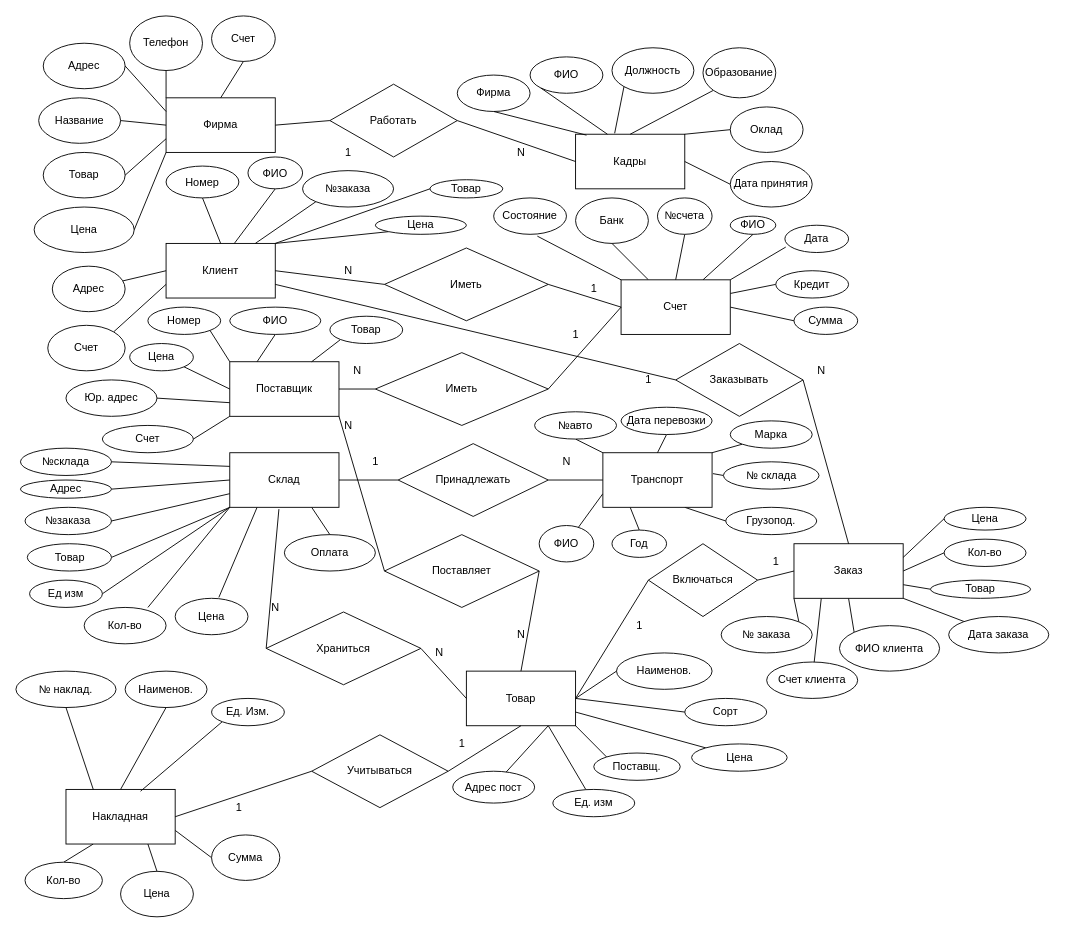
Above: Летняя/ALINA_PARACHNEVICH/Первая базовая диаграмма.drawio in stanislaumich/1- (draw.io), before the change. Source tidied: cells renumbered, new cells numbered last; positions are measured from the earlier drawing's top-left corner, leaving out a move shared by most shapes. Both pictures are drawn from the tidied source at 91%, with x=0, y=0 at pixel (15, 15).
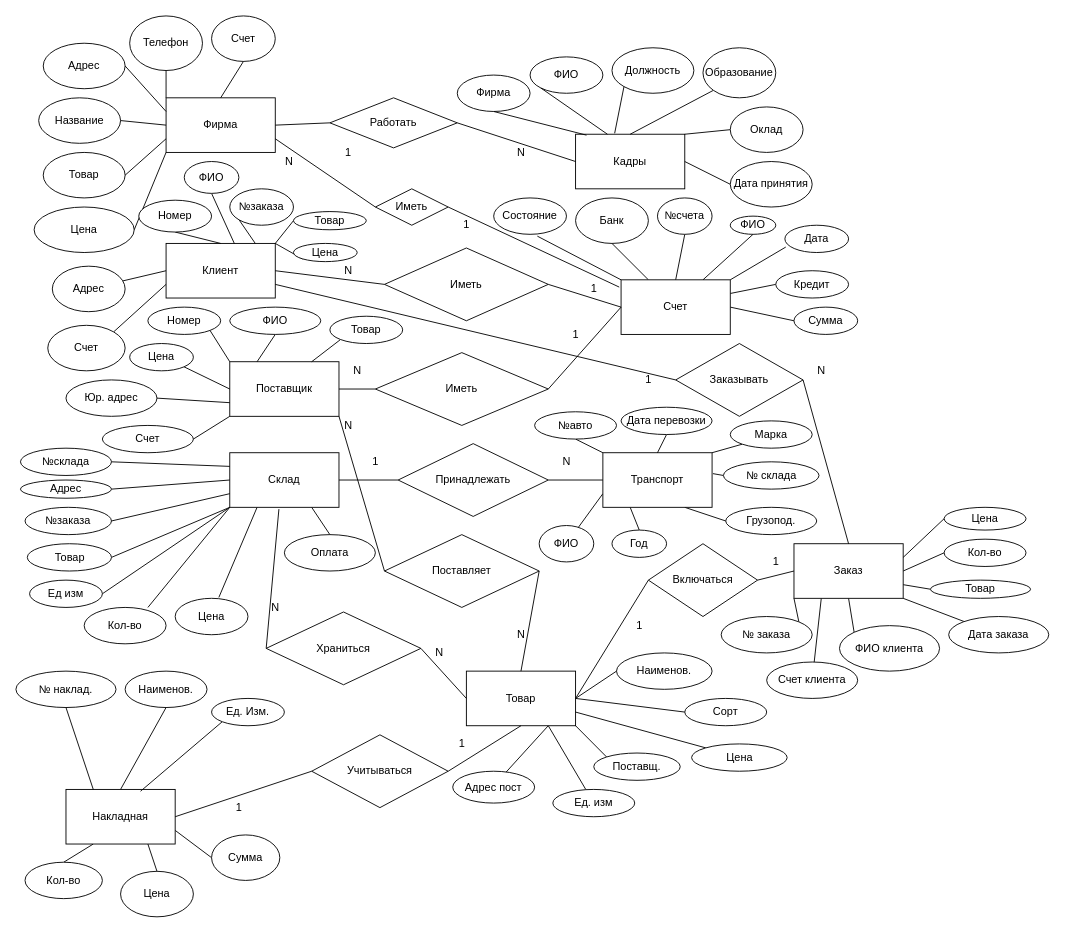
The same page after the edit.

Unchanged cells that the change refers to:
```xml
<mxCell id="3" value="Фирма" style="rounded=0;whiteSpace=wrap;html=1;" parent="1" vertex="1">
  <mxGeometry x="165" y="90" width="120" height="60" as="geometry" />
</mxCell>
<mxCell id="18" value="Счет" style="rounded=0;whiteSpace=wrap;html=1;" parent="1" vertex="1">
  <mxGeometry x="665" y="290" width="120" height="60" as="geometry" />
</mxCell>
```

Change to the diagram source:
```diff
@@
     <mxCell id="47" value="Работать" style="rhombus;whiteSpace=wrap;html=1;" parent="1" vertex="1">
-      <mxGeometry x="345" y="75" width="140" height="80" as="geometry" />
+      <mxGeometry x="345" y="90" width="140" height="55" as="geometry" />
     </mxCell>
@@
     <mxCell id="109" value="Номер" style="ellipse;whiteSpace=wrap;html=1;" parent="1" vertex="1">
-      <mxGeometry x="165" y="165" width="80" height="35" as="geometry" />
+      <mxGeometry x="135" y="202.5" width="80" height="35" as="geometry" />
     </mxCell>
@@
     <mxCell id="111" value="ФИО" style="ellipse;whiteSpace=wrap;html=1;" parent="1" vertex="1">
-      <mxGeometry x="255" y="155" width="60" height="35" as="geometry" />
+      <mxGeometry x="185" y="160" width="60" height="35" as="geometry" />
     </mxCell>
@@
     <mxCell id="116" value="№заказа" style="ellipse;whiteSpace=wrap;html=1;" parent="1" vertex="1">
-      <mxGeometry x="315" y="170" width="100" height="40" as="geometry" />
+      <mxGeometry x="235" y="190" width="70" height="40" as="geometry" />
     </mxCell>
@@
     <mxCell id="118" value="Товар" style="ellipse;whiteSpace=wrap;html=1;" parent="1" vertex="1">
-      <mxGeometry x="455" y="180" width="80" height="20" as="geometry" />
+      <mxGeometry x="305" y="215" width="80" height="20" as="geometry" />
     </mxCell>
@@
     <mxCell id="120" value="Цена" style="ellipse;whiteSpace=wrap;html=1;" parent="1" vertex="1">
-      <mxGeometry x="395" y="220" width="100" height="20" as="geometry" />
+      <mxGeometry x="305" y="250" width="70" height="20" as="geometry" />
     </mxCell>
@@
+    <mxCell id="190" value="Иметь" style="rhombus;whiteSpace=wrap;html=1;" parent="1" vertex="1">
+      <mxGeometry x="395" y="190" width="80" height="40" as="geometry" />
+    </mxCell>
+    <mxCell id="191" style="endArrow=none;html=1;entryX=1;entryY=0.5;entryDx=0;entryDy=0;exitX=-0.017;exitY=0.133;exitDx=0;exitDy=0;exitPerimeter=0;" parent="1" edge="1" source="18" target="190">
+      <mxGeometry relative="1" as="geometry" />
+    </mxCell>
+    <mxCell id="192" style="endArrow=none;html=1;entryX=0;entryY=0.5;entryDx=0;entryDy=0;exitX=1;exitY=0.75;exitDx=0;exitDy=0;" parent="1" edge="1" source="3" target="190">
+      <mxGeometry relative="1" as="geometry" />
+    </mxCell>
+    <mxCell id="193" value="1" style="text;html=1;align=center;verticalAlign=middle;strokeColor=none;" parent="1" vertex="1">
+      <mxGeometry x="485" y="220" width="20" height="20" as="geometry" />
+    </mxCell>
+    <mxCell id="194" value="N" style="text;html=1;align=center;verticalAlign=middle;strokeColor=none;" parent="1" vertex="1">
+      <mxGeometry x="290" y="150" width="20" height="20" as="geometry" />
+    </mxCell>
```
